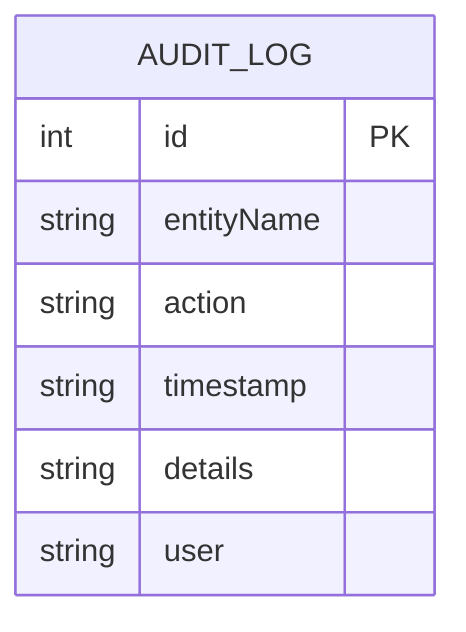
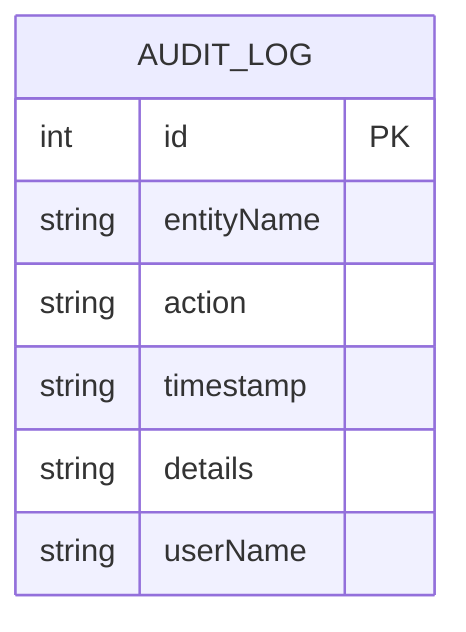
erDiagram

  AUDIT_LOG {
    int id PK
    string entityName
    string action
    string timestamp
    string details
-     string user
+     string userName
  }
